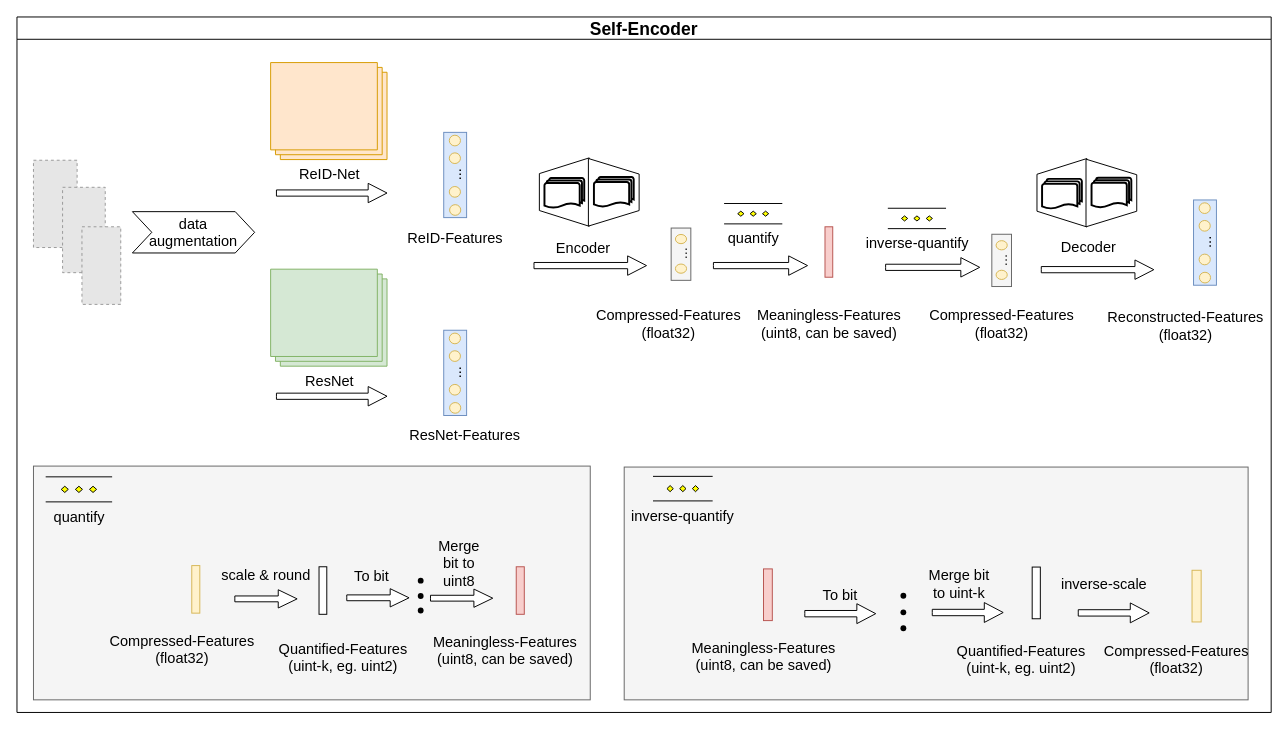
Before: naic-ae-net.drawio in Wu-Xiang123/Hello-GItHub, a draw.io diagram. Source tidied: cells renumbered, new cells numbered last; positions are measured from the earlier drawing's top-left corner, leaving out a move shared by most shapes. Both pictures are drawn from the tidied source at 97%, with x=0, y=0 at pixel (16, 16). Pictures stored in the file or linked from it are replaced by grey dashed boxes.
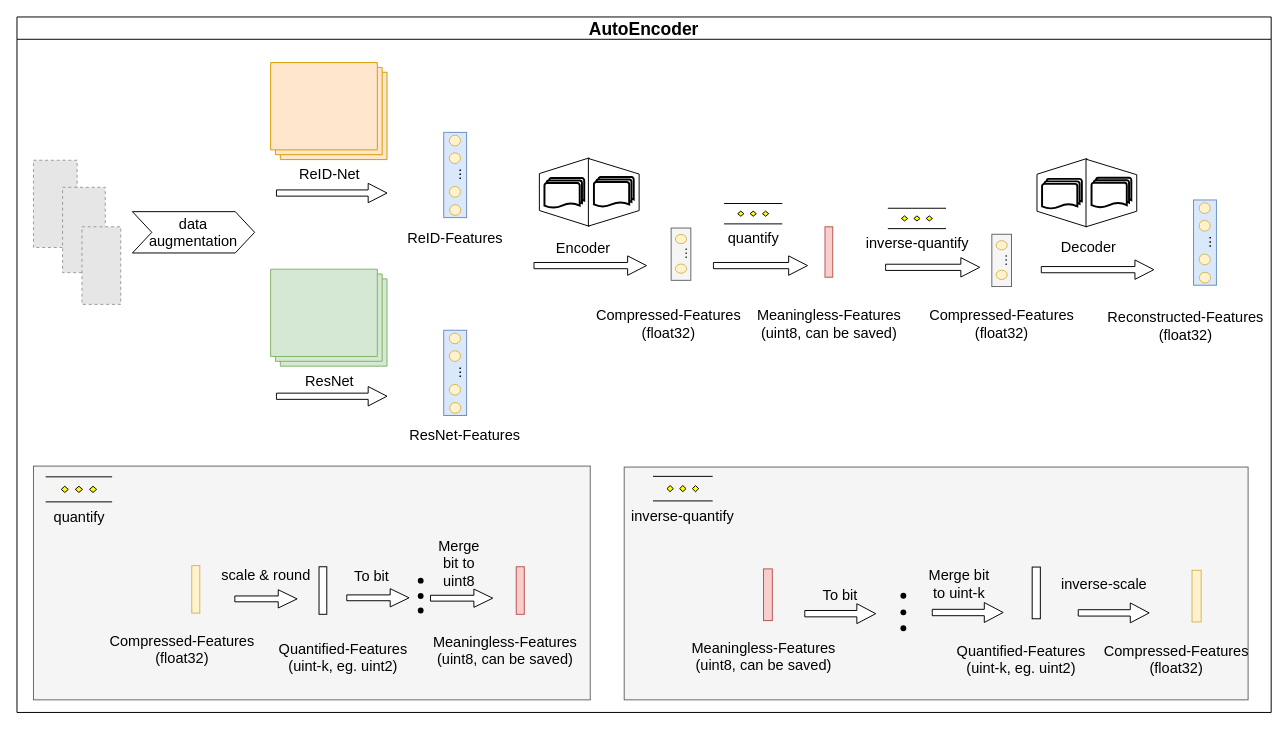
After the change.

Change to the diagram source:
```diff
@@
-    <mxCell id="2" value="Self-Encoder" style="swimlane;fontSize=18;" parent="1" vertex="1">
+    <mxCell id="2" value="AutoEncoder" style="swimlane;fontSize=18;" parent="1" vertex="1">
       <mxGeometry width="1293" height="717" as="geometry" />
     </mxCell>
```
